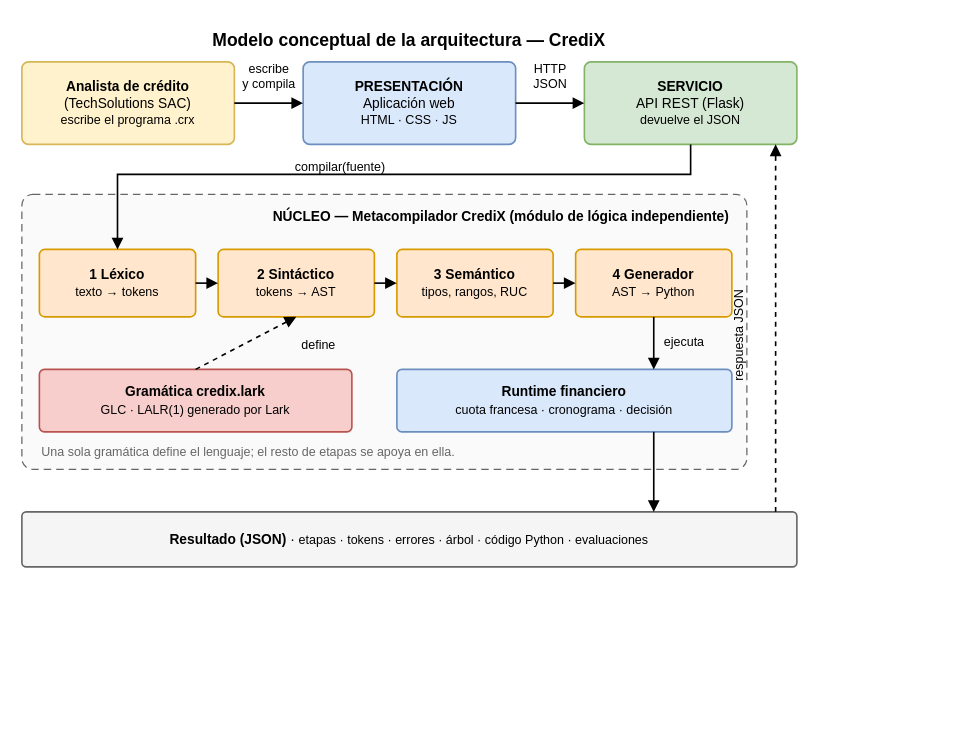
Above: docs/diagramas/modelo_conceptual.drawio in straytg/S14_ACT_COMPILADORES (draw.io), before the change. Source tidied: cells renumbered, new cells numbered last; positions are measured from the earlier drawing's top-left corner, leaving out a move shared by most shapes. Both pictures are drawn from the tidied source at 125%, with x=0, y=0 at pixel (21, 21).
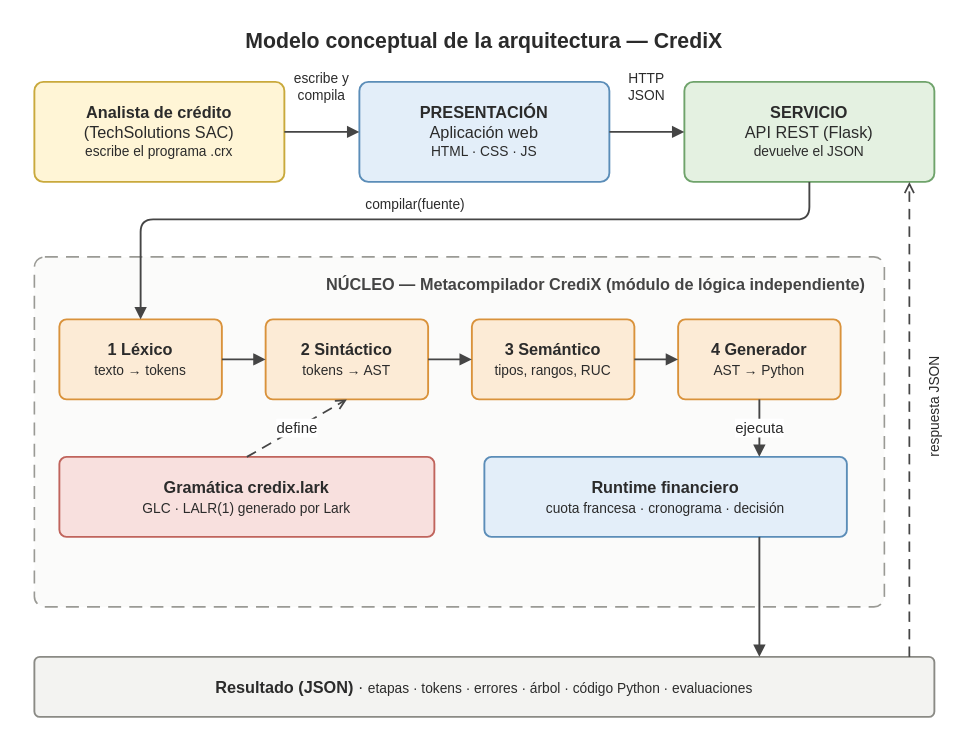
The same page after the edit.

The edit, as a diff of the source:
```diff
@@
-    <mxCell id="2" value="Modelo conceptual de la arquitectura — CrediX" style="whiteSpace=wrap;html=1;fontFamily=Helvetica;fontSize=12;text;strokeColor=none;fillColor=none;align=left;verticalAlign=top;fontStyle=1;fontSize=14;align=center;" parent="1" vertex="1">
-      <mxGeometry width="620" height="24" as="geometry" />
+    <mxCell id="2" value="Modelo conceptual de la arquitectura — CrediX" style="text;html=1;strokeColor=none;fillColor=none;align=left;verticalAlign=middle;whiteSpace=wrap;fontFamily=Helvetica;fontColor=#2b2b2b;fontStyle=1;fontSize=17;align=center;" parent="1" vertex="1">
+      <mxGeometry y="2" width="740" height="28" as="geometry" />
     </mxCell>
-    <mxCell id="3" value="&lt;b&gt;Analista de crédito&lt;/b&gt;&lt;br&gt;(TechSolutions SAC)&lt;br&gt;&lt;font style='font-size:10px'&gt;escribe el programa .crx&lt;/font&gt;" style="whiteSpace=wrap;html=1;fontFamily=Helvetica;fontSize=12;rounded=1;arcSize=8;strokeWidth=1.3;fillColor=#fff2cc;strokeColor=#d6b656;fontSize=11;" parent="1" vertex="1">
-      <mxGeometry y="32" width="170" height="66" as="geometry" />
+    <mxCell id="3" value="&lt;b&gt;Analista de crédito&lt;/b&gt;&lt;br&gt;(TechSolutions SAC)&lt;br&gt;&lt;font style='font-size:11px'&gt;escribe el programa .crx&lt;/font&gt;" style="rounded=1;arcSize=9;strokeWidth=1.5;html=1;whiteSpace=wrap;fontFamily=Helvetica;fontSize=13;fontColor=#2b2b2b;spacing=10;fillColor=#FFF5D6;strokeColor=#C9A93C;" parent="1" vertex="1">
+      <mxGeometry x="10" y="48" width="200" height="80" as="geometry" />
     </mxCell>
-    <mxCell id="4" value="&lt;b&gt;PRESENTACIÓN&lt;/b&gt;&lt;br&gt;Aplicación web&lt;br&gt;&lt;font style='font-size:10px'&gt;HTML · CSS · JS&lt;/font&gt;" style="whiteSpace=wrap;html=1;fontFamily=Helvetica;fontSize=12;rounded=1;arcSize=8;strokeWidth=1.3;fillColor=#dae8fc;strokeColor=#6c8ebf;fontSize=11;" parent="1" vertex="1">
-      <mxGeometry x="225" y="32" width="170" height="66" as="geometry" />
+    <mxCell id="4" value="&lt;b&gt;PRESENTACIÓN&lt;/b&gt;&lt;br&gt;Aplicación web&lt;br&gt;&lt;font style='font-size:11px'&gt;HTML · CSS · JS&lt;/font&gt;" style="rounded=1;arcSize=9;strokeWidth=1.5;html=1;whiteSpace=wrap;fontFamily=Helvetica;fontSize=13;fontColor=#2b2b2b;spacing=10;fillColor=#E3EEF9;strokeColor=#5B8DB8;" parent="1" vertex="1">
+      <mxGeometry x="270" y="48" width="200" height="80" as="geometry" />
     </mxCell>
-    <mxCell id="5" value="&lt;b&gt;SERVICIO&lt;/b&gt;&lt;br&gt;API REST (Flask)&lt;br&gt;&lt;font style='font-size:10px'&gt;devuelve el JSON&lt;/font&gt;" style="whiteSpace=wrap;html=1;fontFamily=Helvetica;fontSize=12;rounded=1;arcSize=8;strokeWidth=1.3;fillColor=#d5e8d4;strokeColor=#82b366;fontSize=11;" parent="1" vertex="1">
-      <mxGeometry x="450" y="32" width="170" height="66" as="geometry" />
+    <mxCell id="5" value="&lt;b&gt;SERVICIO&lt;/b&gt;&lt;br&gt;API REST (Flask)&lt;br&gt;&lt;font style='font-size:11px'&gt;devuelve el JSON&lt;/font&gt;" style="rounded=1;arcSize=9;strokeWidth=1.5;html=1;whiteSpace=wrap;fontFamily=Helvetica;fontSize=13;fontColor=#2b2b2b;spacing=10;fillColor=#E4F1E1;strokeColor=#6FA36B;" parent="1" vertex="1">
+      <mxGeometry x="530" y="48" width="200" height="80" as="geometry" />
     </mxCell>
-    <mxCell id="6" value="&lt;b&gt;NÚCLEO — Metacompilador CrediX (módulo de lógica independiente)&lt;/b&gt;" style="whiteSpace=wrap;html=1;fontFamily=Helvetica;fontSize=12;rounded=1;arcSize=4;dashed=1;dashPattern=6 4;fillColor=#fafafa;strokeColor=#666666;verticalAlign=top;align=right;spacingRight=12;fontSize=11;spacingTop=5;" parent="1" vertex="1">
-      <mxGeometry y="138" width="580" height="220" as="geometry" />
+    <mxCell id="6" value="NÚCLEO — Metacompilador CrediX (módulo de lógica independiente)" style="rounded=1;arcSize=3;dashed=1;dashPattern=8 5;strokeWidth=1.3;fillColor=#FBFBFA;strokeColor=#9a9a95;verticalAlign=top;align=left;spacingLeft=16;spacingTop=8;fontStyle=1;fontSize=13;html=1;fontFamily=Helvetica;fontColor=#444444;align=right;spacingRight=14;" parent="1" vertex="1">
+      <mxGeometry x="10" y="188" width="680" height="280" as="geometry" />
     </mxCell>
-    <mxCell id="7" value="&lt;b&gt;1 Léxico&lt;/b&gt;&lt;br&gt;&lt;font style='font-size:10px'&gt;texto → tokens&lt;/font&gt;" style="whiteSpace=wrap;html=1;fontFamily=Helvetica;fontSize=12;rounded=1;arcSize=8;strokeWidth=1.3;fillColor=#ffe6cc;strokeColor=#d79b00;fontSize=11;" parent="1" vertex="1">
-      <mxGeometry x="14" y="182" width="125" height="54" as="geometry" />
+    <mxCell id="7" value="&lt;b&gt;1 Léxico&lt;/b&gt;&lt;br&gt;&lt;font style='font-size:11px'&gt;texto → tokens&lt;/font&gt;" style="rounded=1;arcSize=9;strokeWidth=1.5;html=1;whiteSpace=wrap;fontFamily=Helvetica;fontSize=13;fontColor=#2b2b2b;spacing=10;fillColor=#FCEBD6;strokeColor=#D9923B;" parent="1" vertex="1">
+      <mxGeometry x="30" y="238" width="130" height="64" as="geometry" />
     </mxCell>
-    <mxCell id="8" value="&lt;b&gt;2 Sintáctico&lt;/b&gt;&lt;br&gt;&lt;font style='font-size:10px'&gt;tokens → AST&lt;/font&gt;" style="whiteSpace=wrap;html=1;fontFamily=Helvetica;fontSize=12;rounded=1;arcSize=8;strokeWidth=1.3;fillColor=#ffe6cc;strokeColor=#d79b00;fontSize=11;" parent="1" vertex="1">
-      <mxGeometry x="157" y="182" width="125" height="54" as="geometry" />
+    <mxCell id="8" value="&lt;b&gt;2 Sintáctico&lt;/b&gt;&lt;br&gt;&lt;font style='font-size:11px'&gt;tokens → AST&lt;/font&gt;" style="rounded=1;arcSize=9;strokeWidth=1.5;html=1;whiteSpace=wrap;fontFamily=Helvetica;fontSize=13;fontColor=#2b2b2b;spacing=10;fillColor=#FCEBD6;strokeColor=#D9923B;" parent="1" vertex="1">
+      <mxGeometry x="195" y="238" width="130" height="64" as="geometry" />
     </mxCell>
-    <mxCell id="9" value="&lt;b&gt;3 Semántico&lt;/b&gt;&lt;br&gt;&lt;font style='font-size:10px'&gt;tipos, rangos, RUC&lt;/font&gt;" style="whiteSpace=wrap;html=1;fontFamily=Helvetica;fontSize=12;rounded=1;arcSize=8;strokeWidth=1.3;fillColor=#ffe6cc;strokeColor=#d79b00;fontSize=11;" parent="1" vertex="1">
-      <mxGeometry x="300" y="182" width="125" height="54" as="geometry" />
+    <mxCell id="9" value="&lt;b&gt;3 Semántico&lt;/b&gt;&lt;br&gt;&lt;font style='font-size:11px'&gt;tipos, rangos, RUC&lt;/font&gt;" style="rounded=1;arcSize=9;strokeWidth=1.5;html=1;whiteSpace=wrap;fontFamily=Helvetica;fontSize=13;fontColor=#2b2b2b;spacing=10;fillColor=#FCEBD6;strokeColor=#D9923B;" parent="1" vertex="1">
+      <mxGeometry x="360" y="238" width="130" height="64" as="geometry" />
     </mxCell>
-    <mxCell id="10" value="&lt;b&gt;4 Generador&lt;/b&gt;&lt;br&gt;&lt;font style='font-size:10px'&gt;AST → Python&lt;/font&gt;" style="whiteSpace=wrap;html=1;fontFamily=Helvetica;fontSize=12;rounded=1;arcSize=8;strokeWidth=1.3;fillColor=#ffe6cc;strokeColor=#d79b00;fontSize=11;" parent="1" vertex="1">
-      <mxGeometry x="443" y="182" width="125" height="54" as="geometry" />
+    <mxCell id="10" value="&lt;b&gt;4 Generador&lt;/b&gt;&lt;br&gt;&lt;font style='font-size:11px'&gt;AST → Python&lt;/font&gt;" style="rounded=1;arcSize=9;strokeWidth=1.5;html=1;whiteSpace=wrap;fontFamily=Helvetica;fontSize=13;fontColor=#2b2b2b;spacing=10;fillColor=#FCEBD6;strokeColor=#D9923B;" parent="1" vertex="1">
+      <mxGeometry x="525" y="238" width="130" height="64" as="geometry" />
     </mxCell>
-    <mxCell id="11" value="&lt;b&gt;Gramática credix.lark&lt;/b&gt;&lt;br&gt;&lt;font style='font-size:10px'&gt;GLC · LALR(1) generado por Lark&lt;/font&gt;" style="whiteSpace=wrap;html=1;fontFamily=Helvetica;fontSize=12;rounded=1;arcSize=8;strokeWidth=1.3;fillColor=#f8cecc;strokeColor=#b85450;fontSize=11;" parent="1" vertex="1">
-      <mxGeometry x="14" y="278" width="250" height="50" as="geometry" />
+    <mxCell id="11" value="&lt;b&gt;Gramática credix.lark&lt;/b&gt;&lt;br&gt;&lt;font style='font-size:11px'&gt;GLC · LALR(1) generado por Lark&lt;/font&gt;" style="rounded=1;arcSize=9;strokeWidth=1.5;html=1;whiteSpace=wrap;fontFamily=Helvetica;fontSize=13;fontColor=#2b2b2b;spacing=10;fillColor=#F8E0DE;strokeColor=#C0645C;" parent="1" vertex="1">
+      <mxGeometry x="30" y="348" width="300" height="64" as="geometry" />
     </mxCell>
-    <mxCell id="12" value="&lt;b&gt;Runtime financiero&lt;/b&gt;&lt;br&gt;&lt;font style='font-size:10px'&gt;cuota francesa · cronograma · decisión&lt;/font&gt;" style="whiteSpace=wrap;html=1;fontFamily=Helvetica;fontSize=12;rounded=1;arcSize=8;strokeWidth=1.3;fillColor=#dae8fc;strokeColor=#6c8ebf;fontSize=11;" parent="1" vertex="1">
-      <mxGeometry x="300" y="278" width="268" height="50" as="geometry" />
+    <mxCell id="12" value="&lt;b&gt;Runtime financiero&lt;/b&gt;&lt;br&gt;&lt;font style='font-size:11px'&gt;cuota francesa · cronograma · decisión&lt;/font&gt;" style="rounded=1;arcSize=9;strokeWidth=1.5;html=1;whiteSpace=wrap;fontFamily=Helvetica;fontSize=13;fontColor=#2b2b2b;spacing=10;fillColor=#E3EEF9;strokeColor=#5B8DB8;" parent="1" vertex="1">
+      <mxGeometry x="370" y="348" width="290" height="64" as="geometry" />
     </mxCell>
-    <mxCell id="13" value="&lt;b&gt;Resultado (JSON)&lt;/b&gt;  ·  &lt;font style='font-size:10px'&gt;etapas · tokens · errores · árbol · código Python · evaluaciones&lt;/font&gt;" style="whiteSpace=wrap;html=1;fontFamily=Helvetica;fontSize=12;rounded=1;arcSize=8;strokeWidth=1.3;fillColor=#f5f5f5;strokeColor=#666666;fontSize=11;" parent="1" vertex="1">
-      <mxGeometry y="392" width="620" height="44" as="geometry" />
+    <mxCell id="13" value="&lt;b&gt;Resultado (JSON)&lt;/b&gt;  ·  &lt;font style='font-size:11px'&gt;etapas · tokens · errores · árbol · código Python · evaluaciones&lt;/font&gt;" style="rounded=1;arcSize=9;strokeWidth=1.5;html=1;whiteSpace=wrap;fontFamily=Helvetica;fontSize=13;fontColor=#2b2b2b;spacing=10;fillColor=#F3F3F1;strokeColor=#8A8A85;" parent="1" vertex="1">
+      <mxGeometry x="10" y="508" width="720" height="48" as="geometry" />
     </mxCell>
-    <mxCell id="14" style="html=1;fontFamily=Helvetica;fontSize=11;endArrow=block;endFill=1;endArrow=block;endFill=1;strokeWidth=1.3;exitX=1;exitY=0.5;entryX=0;entryY=0.5;" parent="1" edge="1" source="3" target="4">
+    <mxCell id="14" style="html=1;fontFamily=Helvetica;fontSize=12;fontColor=#2b2b2b;labelBackgroundColor=#ffffff;endArrow=block;endFill=1;strokeWidth=1.5;strokeColor=#454545;exitX=1;exitY=0.5;entryX=0;entryY=0.5;" parent="1" edge="1" source="3" target="4">
       <mxGeometry relative="1" as="geometry" />
     </mxCell>
-    <mxCell id="15" value="escribe&lt;br&gt;y compila" style="whiteSpace=wrap;html=1;fontFamily=Helvetica;fontSize=12;text;strokeColor=none;fillColor=none;align=left;verticalAlign=top;fontSize=10;align=center;verticalAlign=middle;" parent="1" vertex="1">
-      <mxGeometry x="168" y="26" width="60" height="34" as="geometry" />
+    <mxCell id="15" value="escribe y&lt;br&gt;compila" style="text;html=1;strokeColor=none;fillColor=none;align=left;verticalAlign=middle;whiteSpace=wrap;fontFamily=Helvetica;fontColor=#2b2b2b;fontSize=11;align=center;" parent="1" vertex="1">
+      <mxGeometry x="208" y="34" width="64" height="36" as="geometry" />
     </mxCell>
-    <mxCell id="16" style="html=1;fontFamily=Helvetica;fontSize=11;endArrow=block;endFill=1;endArrow=block;endFill=1;strokeWidth=1.3;exitX=1;exitY=0.5;entryX=0;entryY=0.5;" parent="1" edge="1" source="4" target="5">
+    <mxCell id="16" style="html=1;fontFamily=Helvetica;fontSize=12;fontColor=#2b2b2b;labelBackgroundColor=#ffffff;endArrow=block;endFill=1;strokeWidth=1.5;strokeColor=#454545;exitX=1;exitY=0.5;entryX=0;entryY=0.5;" parent="1" edge="1" source="4" target="5">
       <mxGeometry relative="1" as="geometry" />
     </mxCell>
-    <mxCell id="17" value="HTTP&lt;br&gt;JSON" style="whiteSpace=wrap;html=1;fontFamily=Helvetica;fontSize=12;text;strokeColor=none;fillColor=none;align=left;verticalAlign=top;fontSize=10;align=center;verticalAlign=middle;" parent="1" vertex="1">
-      <mxGeometry x="393" y="26" width="60" height="34" as="geometry" />
+    <mxCell id="17" value="HTTP&lt;br&gt;JSON" style="text;html=1;strokeColor=none;fillColor=none;align=left;verticalAlign=middle;whiteSpace=wrap;fontFamily=Helvetica;fontColor=#2b2b2b;fontSize=11;align=center;" parent="1" vertex="1">
+      <mxGeometry x="468" y="34" width="64" height="36" as="geometry" />
     </mxCell>
-    <mxCell id="18" style="html=1;fontFamily=Helvetica;fontSize=11;endArrow=block;endFill=1;endArrow=block;endFill=1;strokeWidth=1.3;edgeStyle=orthogonalEdgeStyle;rounded=0;exitX=0.5;exitY=1;entryX=0.5;entryY=0;" parent="1" edge="1" source="5" target="7">
+    <mxCell id="18" style="html=1;fontFamily=Helvetica;fontSize=12;fontColor=#2b2b2b;labelBackgroundColor=#ffffff;endArrow=block;endFill=1;strokeWidth=1.5;strokeColor=#454545;edgeStyle=orthogonalEdgeStyle;rounded=1;curved=0;exitX=0.5;exitY=1;entryX=0.5;entryY=0;" parent="1" edge="1" source="5" target="7">
       <mxGeometry relative="1" as="geometry">
         <Array as="points">
-          <mxPoint x="535" y="122" />
-          <mxPoint x="76" y="122" />
+          <mxPoint x="630" y="158" />
+          <mxPoint x="95" y="158" />
         </Array>
       </mxGeometry>
     </mxCell>
-    <mxCell id="19" value="compilar(fuente)" style="whiteSpace=wrap;html=1;fontFamily=Helvetica;fontSize=12;text;strokeColor=none;fillColor=none;align=left;verticalAlign=top;fontSize=10;align=center;" parent="1" vertex="1">
-      <mxGeometry x="190" y="104" width="130" height="18" as="geometry" />
+    <mxCell id="19" value="compilar(fuente)" style="text;html=1;strokeColor=none;fillColor=none;align=left;verticalAlign=middle;whiteSpace=wrap;fontFamily=Helvetica;fontColor=#2b2b2b;fontSize=11;align=center;" parent="1" vertex="1">
+      <mxGeometry x="250" y="136" width="130" height="20" as="geometry" />
     </mxCell>
-    <mxCell id="20" style="html=1;fontFamily=Helvetica;fontSize=11;endArrow=block;endFill=1;endArrow=block;endFill=1;strokeWidth=1.3;" parent="1" edge="1" source="7" target="8">
+    <mxCell id="20" style="html=1;fontFamily=Helvetica;fontSize=12;fontColor=#2b2b2b;labelBackgroundColor=#ffffff;endArrow=block;endFill=1;strokeWidth=1.5;strokeColor=#454545;" parent="1" edge="1" source="7" target="8">
       <mxGeometry relative="1" as="geometry" />
     </mxCell>
-    <mxCell id="21" style="html=1;fontFamily=Helvetica;fontSize=11;endArrow=block;endFill=1;endArrow=block;endFill=1;strokeWidth=1.3;" parent="1" edge="1" source="8" target="9">
+    <mxCell id="21" style="html=1;fontFamily=Helvetica;fontSize=12;fontColor=#2b2b2b;labelBackgroundColor=#ffffff;endArrow=block;endFill=1;strokeWidth=1.5;strokeColor=#454545;" parent="1" edge="1" source="8" target="9">
       <mxGeometry relative="1" as="geometry" />
     </mxCell>
-    <mxCell id="22" style="html=1;fontFamily=Helvetica;fontSize=11;endArrow=block;endFill=1;endArrow=block;endFill=1;strokeWidth=1.3;" parent="1" edge="1" source="9" target="10">
+    <mxCell id="22" style="html=1;fontFamily=Helvetica;fontSize=12;fontColor=#2b2b2b;labelBackgroundColor=#ffffff;endArrow=block;endFill=1;strokeWidth=1.5;strokeColor=#454545;" parent="1" edge="1" source="9" target="10">
       <mxGeometry relative="1" as="geometry" />
     </mxCell>
-    <mxCell id="23" style="html=1;fontFamily=Helvetica;fontSize=11;endArrow=block;endFill=1;endArrow=block;endFill=1;strokeWidth=1.3;dashed=1;exitX=0.5;exitY=0;entryX=0.5;entryY=1;" parent="1" edge="1" source="11" target="8">
+    <mxCell id="23" value="define" style="html=1;fontFamily=Helvetica;fontSize=12;fontColor=#2b2b2b;labelBackgroundColor=#ffffff;dashed=1;dashPattern=6 4;endArrow=open;endFill=0;strokeWidth=1.4;strokeColor=#454545;exitX=0.5;exitY=0;entryX=0.5;entryY=1;" parent="1" edge="1" source="11" target="8">
       <mxGeometry relative="1" as="geometry" />
     </mxCell>
-    <mxCell id="24" value="define" style="whiteSpace=wrap;html=1;fontFamily=Helvetica;fontSize=12;text;strokeColor=none;fillColor=none;align=left;verticalAlign=top;fontSize=10;align=left;" parent="1" vertex="1">
-      <mxGeometry x="222" y="246" width="44" height="18" as="geometry" />
+    <mxCell id="24" value="ejecuta" style="html=1;fontFamily=Helvetica;fontSize=12;fontColor=#2b2b2b;labelBackgroundColor=#ffffff;endArrow=block;endFill=1;strokeWidth=1.5;strokeColor=#454545;exitX=0.5;exitY=1;entryX=0.7586;entryY=0;" parent="1" edge="1" source="10" target="12">
+      <mxGeometry relative="1" as="geometry" />
     </mxCell>
-    <mxCell id="25" style="html=1;fontFamily=Helvetica;fontSize=11;endArrow=block;endFill=1;endArrow=block;endFill=1;strokeWidth=1.3;exitX=0.5;exitY=1;entryX=0.7668;entryY=0;" parent="1" edge="1" source="10" target="12">
+    <mxCell id="25" style="html=1;fontFamily=Helvetica;fontSize=12;fontColor=#2b2b2b;labelBackgroundColor=#ffffff;endArrow=block;endFill=1;strokeWidth=1.5;strokeColor=#454545;exitX=0.7586;exitY=1;entryX=0.8056;entryY=0;" parent="1" edge="1" source="12" target="13">
       <mxGeometry relative="1" as="geometry" />
     </mxCell>
-    <mxCell id="26" value="ejecuta" style="whiteSpace=wrap;html=1;fontFamily=Helvetica;fontSize=12;text;strokeColor=none;fillColor=none;align=left;verticalAlign=top;fontSize=10;align=left;" parent="1" vertex="1">
-      <mxGeometry x="512" y="244" width="50" height="18" as="geometry" />
+    <mxCell id="26" style="html=1;fontFamily=Helvetica;fontSize=12;fontColor=#2b2b2b;labelBackgroundColor=#ffffff;dashed=1;dashPattern=6 4;endArrow=open;endFill=0;strokeWidth=1.4;strokeColor=#454545;exitX=0.9722;exitY=0;entryX=0.9;entryY=1;" parent="1" edge="1" source="13" target="5">
+      <mxGeometry relative="1" as="geometry" />
     </mxCell>
-    <mxCell id="27" style="html=1;fontFamily=Helvetica;fontSize=11;endArrow=block;endFill=1;endArrow=block;endFill=1;strokeWidth=1.3;exitX=0.7668;exitY=1;entryX=0.8153;entryY=0;" parent="1" edge="1" source="12" target="13">
-      <mxGeometry relative="1" as="geometry" />
+    <mxCell id="27" value="respuesta JSON" style="text;html=1;strokeColor=none;fillColor=none;align=left;verticalAlign=middle;whiteSpace=wrap;fontFamily=Helvetica;fontColor=#2b2b2b;fontSize=11;rotation=270;align=center;" parent="1" vertex="1">
+      <mxGeometry x="680" y="298" width="100" height="20" as="geometry" />
     </mxCell>
-    <mxCell id="28" style="html=1;fontFamily=Helvetica;fontSize=11;endArrow=block;endFill=1;endArrow=block;endFill=1;strokeWidth=1.3;dashed=1;exitX=0.9726;exitY=0;entryX=0.9;entryY=1;" parent="1" edge="1" source="13" target="5">
-      <mxGeometry relative="1" as="geometry" />
-    </mxCell>
-    <mxCell id="29" value="respuesta JSON" style="whiteSpace=wrap;html=1;fontFamily=Helvetica;fontSize=12;text;strokeColor=none;fillColor=none;align=left;verticalAlign=top;fontSize=10;rotation=270;align=center;" parent="1" vertex="1">
-      <mxGeometry x="525" y="242" width="90" height="18" as="geometry" />
-    </mxCell>
-    <mxCell id="30" value="Una sola gramática define el lenguaje; el resto de etapas se apoya en ella." style="whiteSpace=wrap;html=1;fontFamily=Helvetica;fontSize=12;text;strokeColor=none;fillColor=none;align=left;verticalAlign=top;fontSize=10;fontColor=#666666;" parent="1" vertex="1">
-      <mxGeometry x="14" y="332" width="520" height="18" as="geometry" />
-    </mxCell>
```
